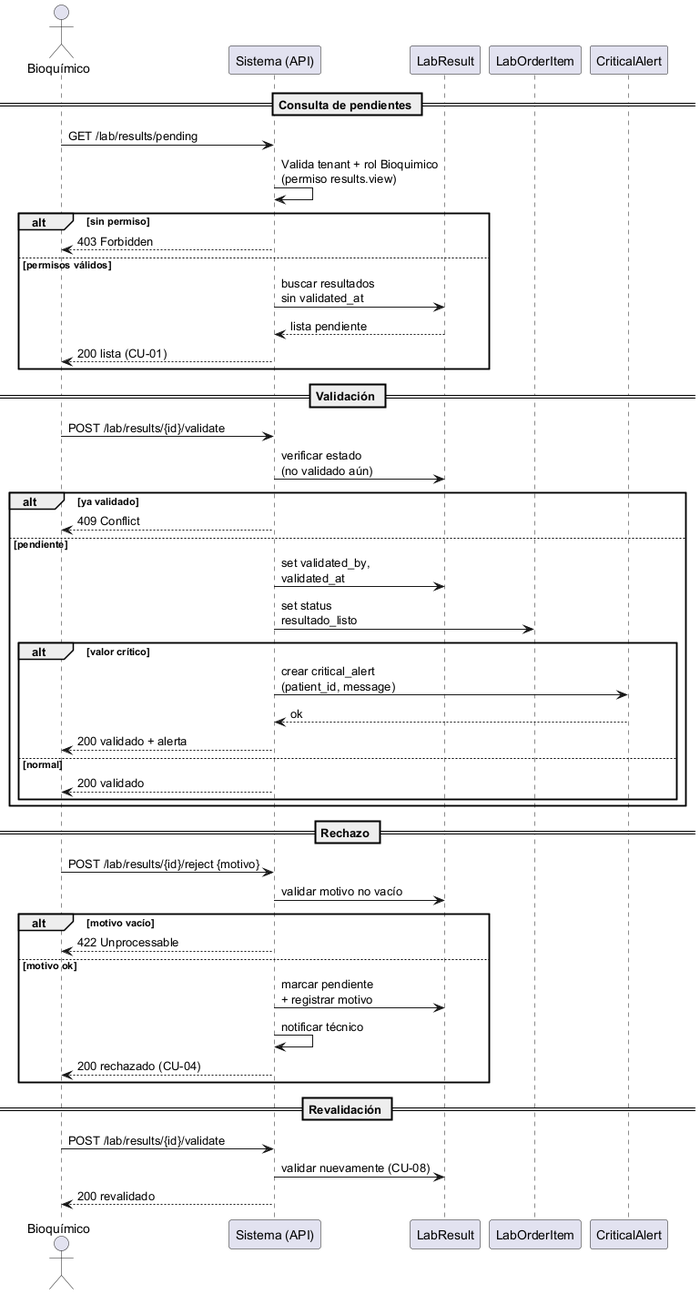
Before: tarea1-uml/secuencia.png, a diagram exported from PlantUML (gioore/asii20-microhis-validacion-bioquimico-tareas).
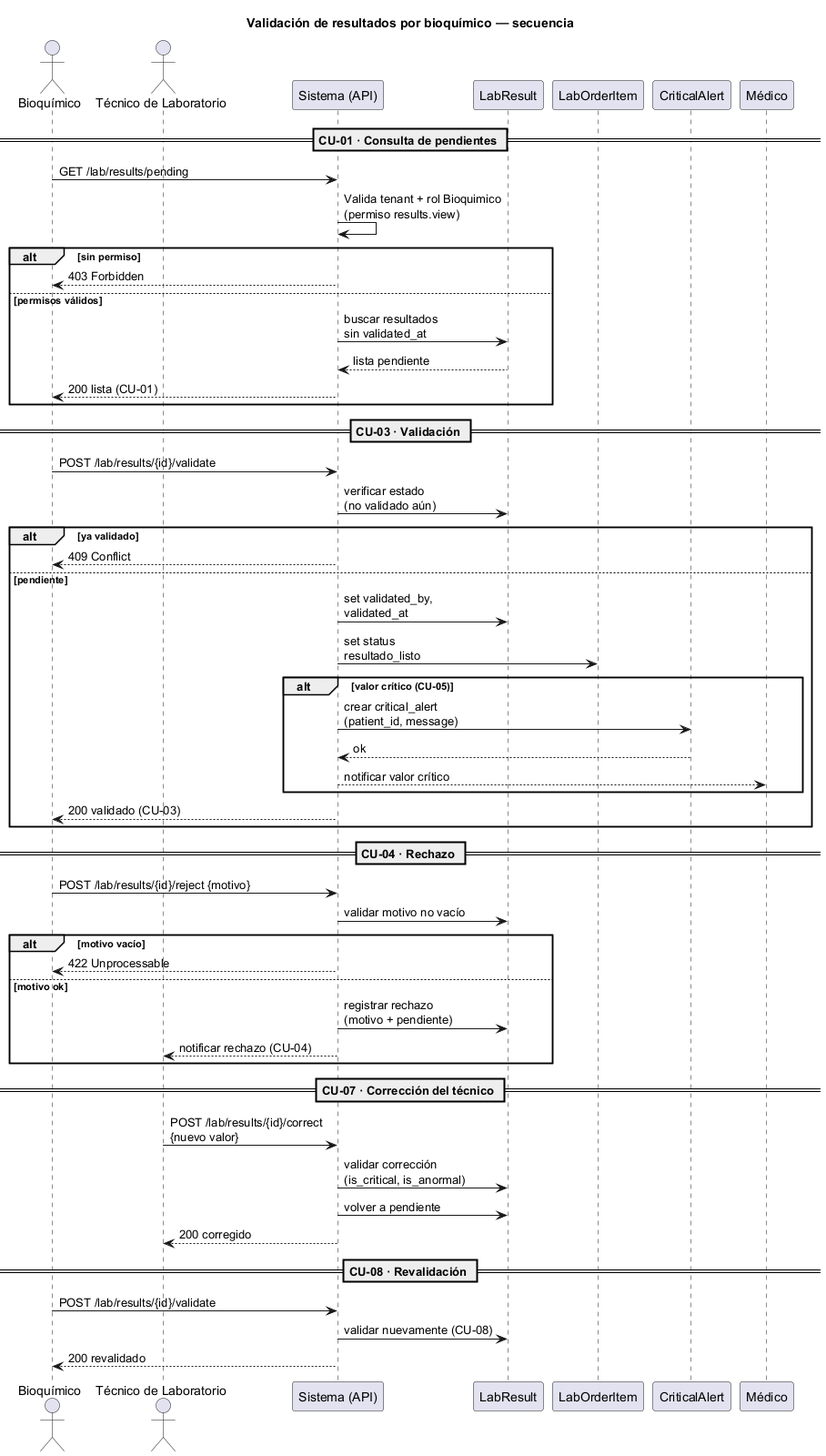
The same diagram one commit later.

Commit message:
tarea1: add technician and correction flow to sequence diagram (review)

The edit, as a diff of the source:
```diff
@@ -1,11 +1,14 @@
 @startuml
+title Validación de resultados por bioquímico — secuencia
 actor "Bioquímico" as bio
+actor "Técnico de Laboratorio" as tec
 participant "Sistema (API)" as api
 participant "LabResult" as result
 participant "LabOrderItem" as item
 participant "CriticalAlert" as alert
+participant "Médico" as med
 
-== Consulta de pendientes ==
+== CU-01 · Consulta de pendientes ==
 bio -> api : GET /lab/results/pending
 api -> api : Valida tenant + rol Bioquimico\n(permiso results.view)
 alt sin permiso
@@ -16,7 +19,7 @@
     api --> bio : 200 lista (CU-01)
 end
 
-== Validación ==
+== CU-03 · Validación ==
 bio -> api : POST /lab/results/{id}/validate
 api -> result : verificar estado\n(no validado aún)
 alt ya validado
@@ -24,27 +27,31 @@
 else pendiente
     api -> result : set validated_by,\nvalidated_at
     api -> item : set status\nresultado_listo
-    alt valor crítico
+    alt valor crítico (CU-05)
         api -> alert : crear critical_alert\n(patient_id, message)
         alert --> api : ok
-        api --> bio : 200 validado + alerta
-    else normal
-        api --> bio : 200 validado
+        api --> med : notificar valor crítico
     end
+    api --> bio : 200 validado (CU-03)
 end
 
-== Rechazo ==
+== CU-04 · Rechazo ==
 bio -> api : POST /lab/results/{id}/reject {motivo}
 api -> result : validar motivo no vacío
 alt motivo vacío
     api --> bio : 422 Unprocessable
 else motivo ok
-    api -> result : marcar pendiente\n+ registrar motivo
-    api -> api : notificar técnico
-    api --> bio : 200 rechazado (CU-04)
+    api -> result : registrar rechazo\n(motivo + pendiente)
+    api --> tec : notificar rechazo (CU-04)
 end
 
-== Revalidación ==
+== CU-07 · Corrección del técnico ==
+tec -> api : POST /lab/results/{id}/correct\n{nuevo valor}
+api -> result : validar corrección\n(is_critical, is_anormal)
+api -> result : volver a pendiente
+api --> tec : 200 corregido
+
+== CU-08 · Revalidación ==
 bio -> api : POST /lab/results/{id}/validate
 api -> result : validar nuevamente (CU-08)
 api --> bio : 200 revalidado
```
